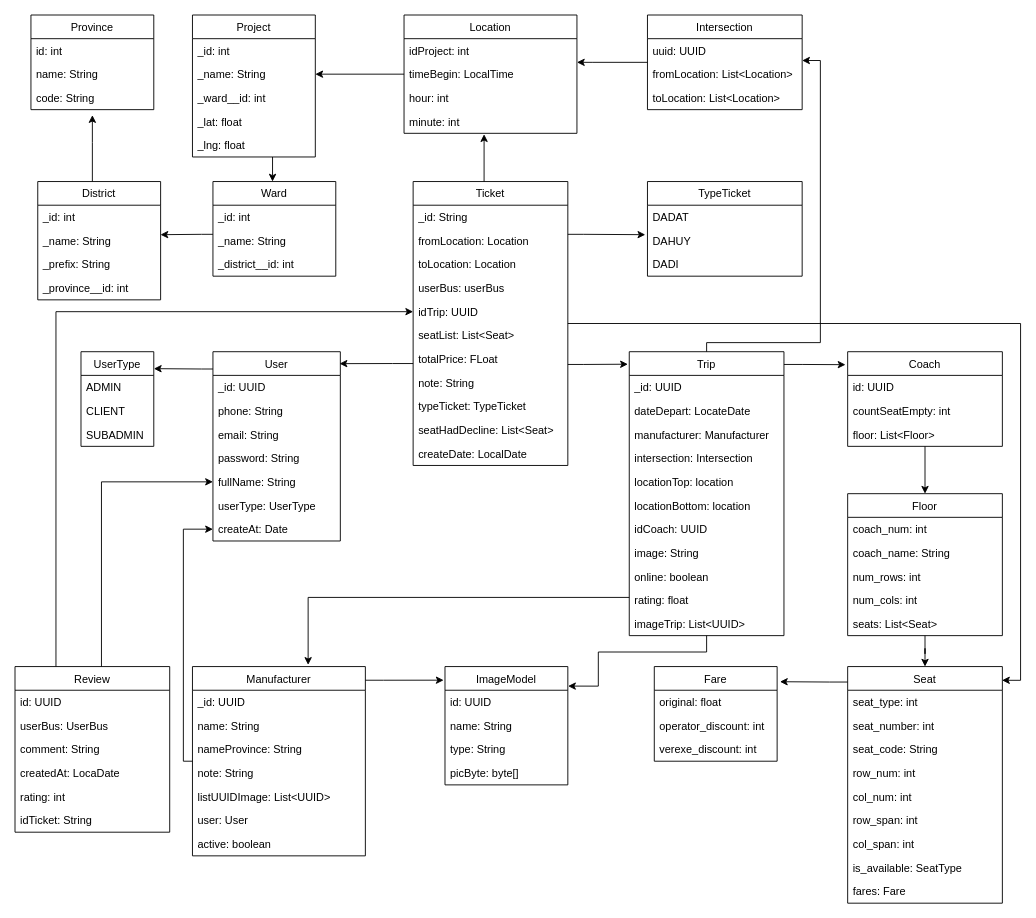
Before: Untitled Diagram.drawio in quannguyen1999/manage-disks, a draw.io diagram. Source tidied: cells renumbered, new cells numbered last; positions are measured from the earlier drawing's top-left corner, leaving out a move shared by most shapes. Both pictures are drawn from the tidied source at 91%, with x=0, y=0 at pixel (15, 15).
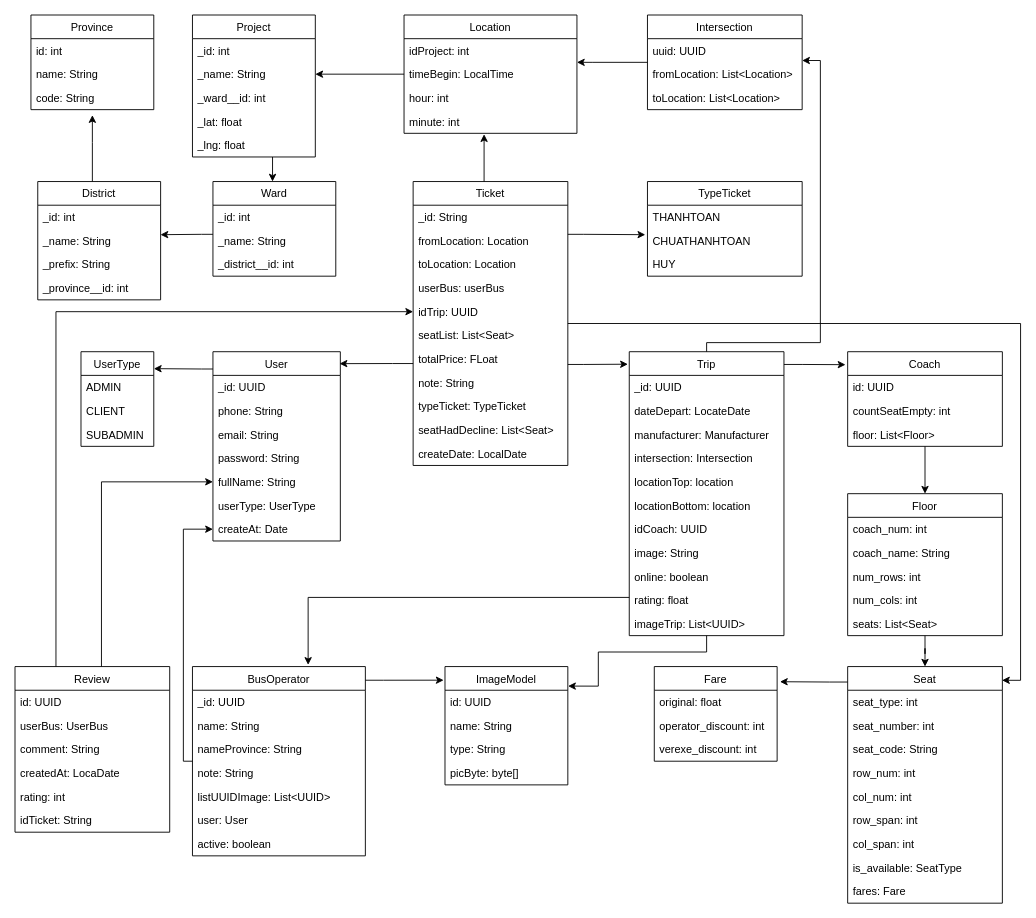
Above is the later version.

Unchanged cells that the change refers to:
```xml
<mxCell id="102" value="TypeTicket" style="swimlane;fontStyle=0;horizontal=1;startSize=26;fillColor=none;" parent="1" vertex="1">
  <mxGeometry x="695" y="183" width="170" height="104" as="geometry" />
</mxCell>
```

The edit, as a diff of the source:
```diff
@@
-    <mxCell id="44" value="Manufacturer" style="swimlane;fontStyle=0;horizontal=1;startSize=26;fillColor=none;" parent="1" vertex="1">
+    <mxCell id="44" value="BusOperator" style="swimlane;fontStyle=0;horizontal=1;startSize=26;fillColor=none;" parent="1" vertex="1">
       <mxGeometry x="195" y="716" width="190" height="208" as="geometry" />
     </mxCell>
@@
-    <mxCell id="103" value="DADAT" style="text;strokeColor=none;fillColor=none;align=left;verticalAlign=top;spacingLeft=4;spacingRight=4;overflow=hidden;" parent="102" vertex="1">
+    <mxCell id="103" value="THANHTOAN" style="text;strokeColor=none;fillColor=none;align=left;verticalAlign=top;spacingLeft=4;spacingRight=4;overflow=hidden;" parent="102" vertex="1">
       <mxGeometry y="26" width="170" height="26" as="geometry" />
     </mxCell>
-    <mxCell id="104" value="DAHUY" style="text;strokeColor=none;fillColor=none;align=left;verticalAlign=top;spacingLeft=4;spacingRight=4;overflow=hidden;points=[[0,0.5],[1,0.5]];portConstraint=eastwest;" parent="102" vertex="1">
+    <mxCell id="104" value="CHUATHANHTOAN" style="text;strokeColor=none;fillColor=none;align=left;verticalAlign=top;spacingLeft=4;spacingRight=4;overflow=hidden;points=[[0,0.5],[1,0.5]];portConstraint=eastwest;" parent="102" vertex="1">
       <mxGeometry y="52" width="170" height="26" as="geometry" />
     </mxCell>
-    <mxCell id="105" value="DADI" style="text;strokeColor=none;fillColor=none;align=left;verticalAlign=top;spacingLeft=4;spacingRight=4;overflow=hidden;" parent="102" vertex="1">
+    <mxCell id="105" value="HUY" style="text;strokeColor=none;fillColor=none;align=left;verticalAlign=top;spacingLeft=4;spacingRight=4;overflow=hidden;" parent="102" vertex="1">
       <mxGeometry y="78" width="170" height="26" as="geometry" />
     </mxCell>
```
